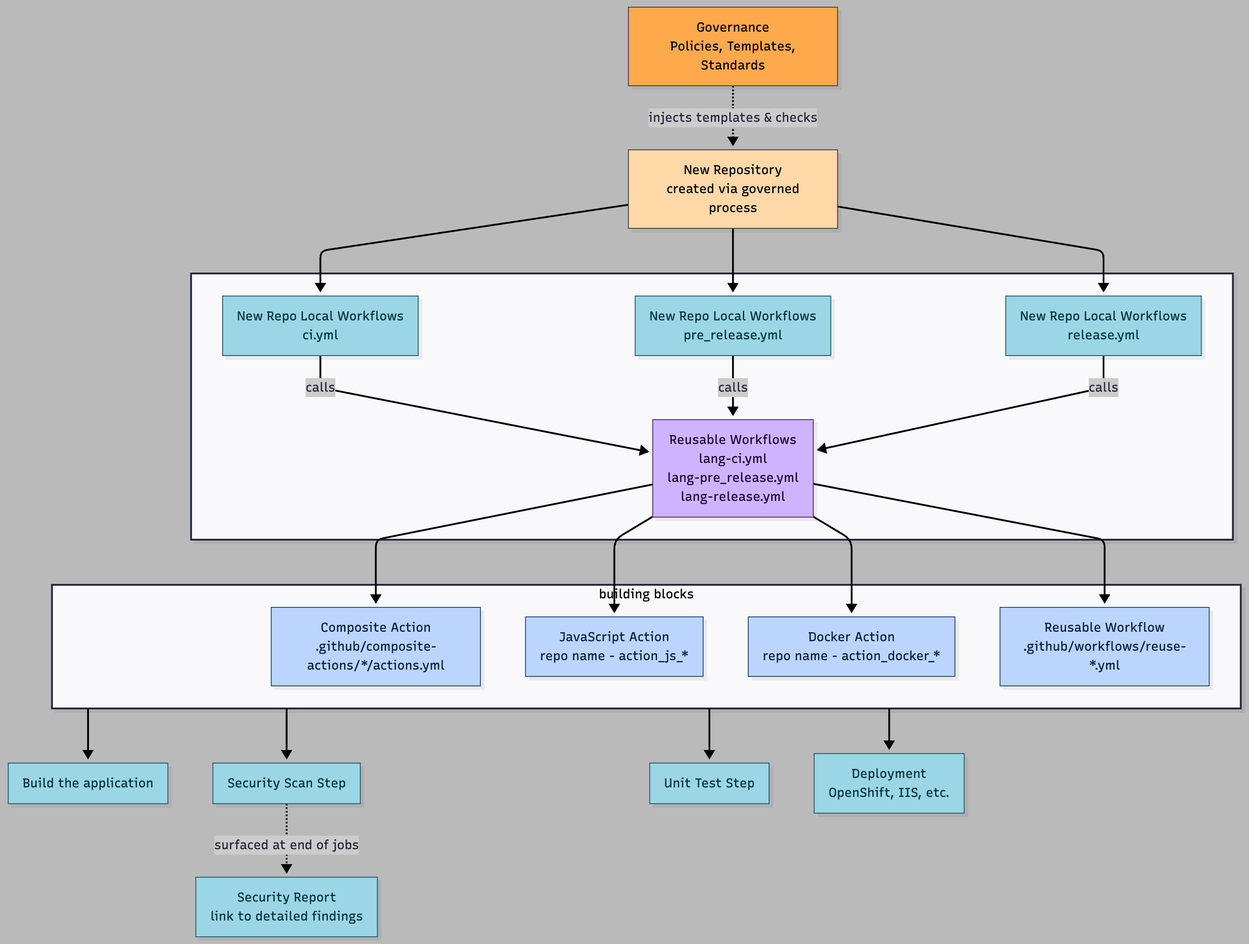
Earlier version of the Mermaid export portfolio/assets/availability_cicd.png (TishJJ/tj_portfolio). Its source is kept beside it as portfolio/assets/availability_cicd.mmd.
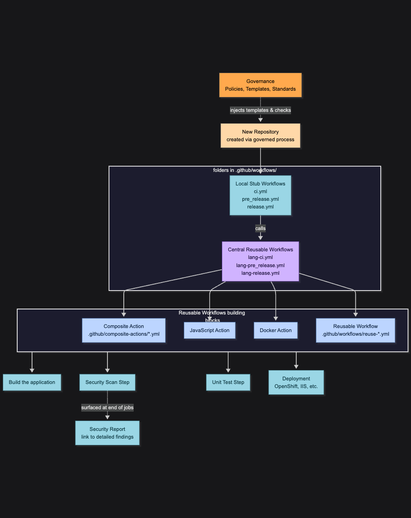
Later version of the same file.

Commit message:
Commiting the cicd story and the new readme.md

What changed in the source:
```diff
@@ -1,18 +1,18 @@
 
 flowchart TD
   GOV[Governance<br/> Policies, Templates, Standards] -. injects templates & checks .-> REPO[New Repository<br/> created via governed process]
-  REPO --> LWF["New Repo Local Workflows<br/>ci.yml<br/>pre_release.yml<br/>release.yml"]
+  REPO --> LWF["Local Stub Workflows<br/>ci.yml<br/>pre_release.yml<br/>release.yml"]
 
   subgraph github_wkflow["folders in .github/workflows/"]
     direction TB
-    LWF -->|calls| RW["Reusable Workflows<br/>lang-ci.yml<br/>lang-pre_release.yml<br/>lang-release.yml"]
+    LWF -->|calls| RW["Central Reusable Workflows<br/>lang-ci.yml<br/>lang-pre_release.yml<br/>lang-release.yml"]
   end
 
-  subgraph Reusable_Workflows_Internals["Reusable Workflows - building blocks"]
+  subgraph Reusable_Workflows_Internals["Reusable Workflows building blocks"]
     direction TB
     CA[Composite Action<br/>.github/composite-actions/*.yml]:::action
-    JA[JavaScript Action<br/>repo name - action_js_*]:::action
-    DA[Docker Action<br/>repo name - action_docker_*]:::action
+    JA[JavaScript Action]:::action
+    DA[Docker Action]:::action
     RW1[Reusable Workflow<br/>.github/workflows/reuse-*.yml]:::action
   end
 
```
